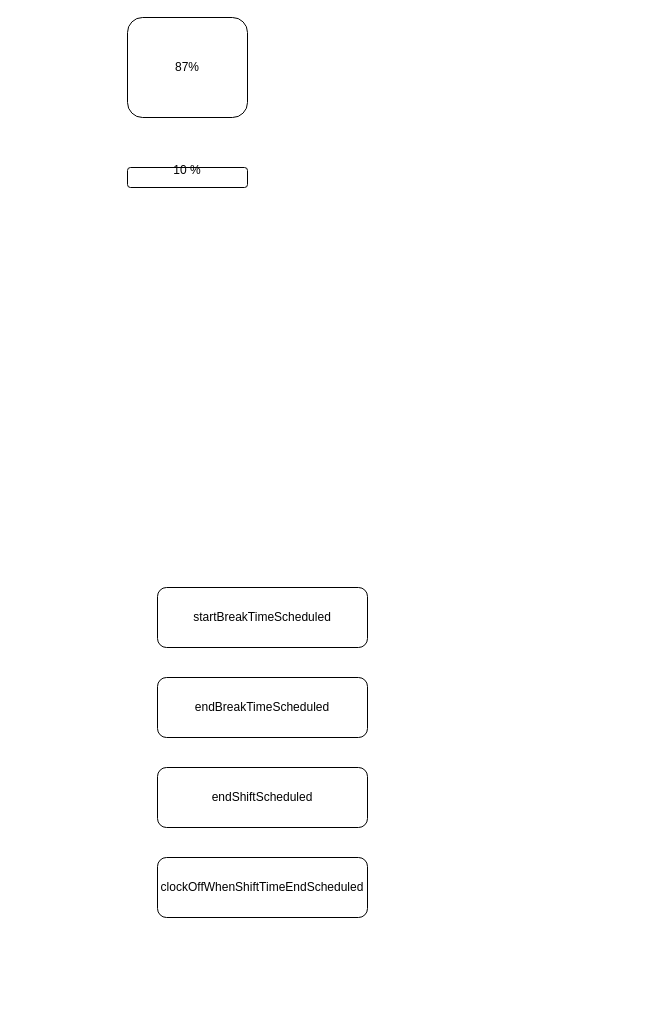
Before: page "Page-9" (9 of 9) of Workflow-Overview.drawio in tuankhoi2206/Draft-system-overview, a draw.io diagram. Source tidied: cells renumbered, new cells numbered last; positions are measured from the earlier drawing's top-left corner, leaving out a move shared by most shapes. Both pictures are drawn from the tidied source at 100%, with x=0, y=0 at pixel (127, 17).
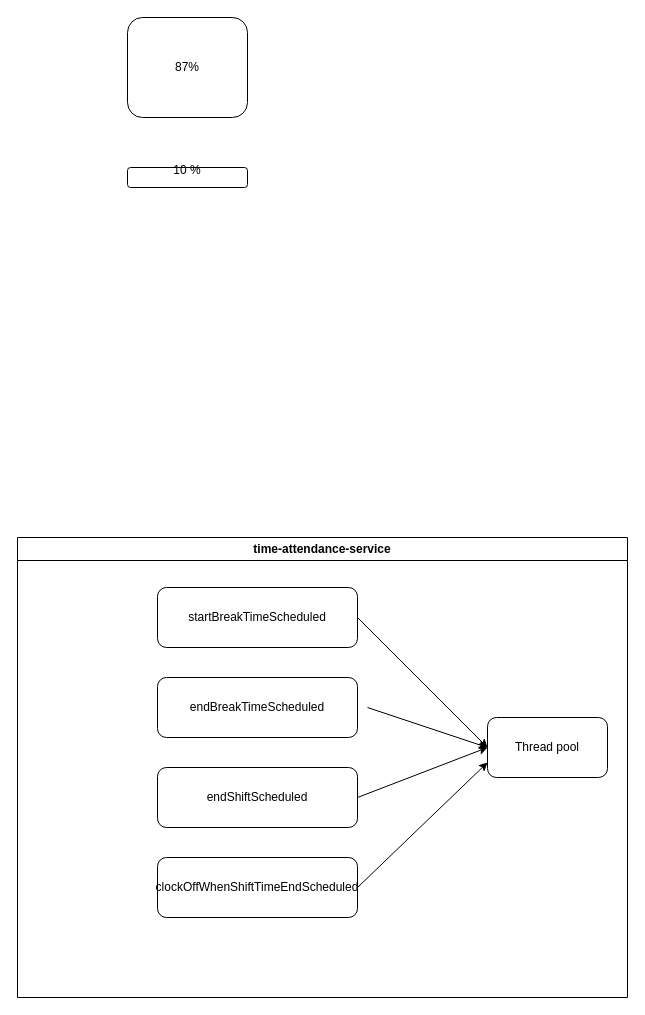
The same page after the edit.

What changed in the source:
```diff
@@
 <mxGraphModel>
   <root>
     <mxCell id="0" />
     <mxCell id="1" parent="0" />
     <mxCell id="2" value="10 %&lt;div&gt;&lt;br&gt;&lt;/div&gt;" style="rounded=1;whiteSpace=wrap;html=1;" parent="1" vertex="1">
       <mxGeometry y="150" width="120" height="20" as="geometry" />
     </mxCell>
     <mxCell id="3" value="87%" style="rounded=1;whiteSpace=wrap;html=1;" parent="1" vertex="1">
       <mxGeometry width="120" height="100" as="geometry" />
     </mxCell>
     <mxCell id="4" value="startBreakTimeScheduled" style="rounded=1;whiteSpace=wrap;html=1;" parent="1" vertex="1">
-      <mxGeometry x="30" y="570" width="210" height="60" as="geometry" />
+      <mxGeometry x="30" y="570" width="200" height="60" as="geometry" />
     </mxCell>
     <mxCell id="5" value="endShiftScheduled" style="rounded=1;whiteSpace=wrap;html=1;" parent="1" vertex="1">
-      <mxGeometry x="30" y="750" width="210" height="60" as="geometry" />
+      <mxGeometry x="30" y="750" width="200" height="60" as="geometry" />
     </mxCell>
     <mxCell id="6" value="endBreakTimeScheduled" style="rounded=1;whiteSpace=wrap;html=1;" parent="1" vertex="1">
-      <mxGeometry x="30" y="660" width="210" height="60" as="geometry" />
+      <mxGeometry x="30" y="660" width="200" height="60" as="geometry" />
     </mxCell>
     <mxCell id="7" value="clockOffWhenShiftTimeEndScheduled" style="rounded=1;whiteSpace=wrap;html=1;" parent="1" vertex="1">
-      <mxGeometry x="30" y="840" width="210" height="60" as="geometry" />
+      <mxGeometry x="30" y="840" width="200" height="60" as="geometry" />
     </mxCell>
+    <mxCell id="8" value="time-attendance-service" style="swimlane;whiteSpace=wrap;html=1;" parent="1" vertex="1">
+      <mxGeometry x="-110" y="520" width="610" height="460" as="geometry" />
+    </mxCell>
+    <mxCell id="9" value="Thread pool" style="rounded=1;whiteSpace=wrap;html=1;" parent="8" vertex="1">
+      <mxGeometry x="470" y="180" width="120" height="60" as="geometry" />
+    </mxCell>
+    <mxCell id="10" style="endArrow=classic;html=1;rounded=0;entryX=0;entryY=0.5;entryDx=0;entryDy=0;" parent="1" edge="1" target="9">
+      <mxGeometry relative="1" as="geometry">
+        <mxPoint x="230" y="600" as="sourcePoint" />
+      </mxGeometry>
+    </mxCell>
+    <mxCell id="11" style="endArrow=classic;html=1;rounded=0;entryX=0;entryY=0.5;entryDx=0;entryDy=0;" parent="1" edge="1" target="9">
+      <mxGeometry relative="1" as="geometry">
+        <mxPoint x="240" y="690" as="sourcePoint" />
+      </mxGeometry>
+    </mxCell>
+    <mxCell id="12" style="endArrow=classic;html=1;rounded=0;exitX=1;exitY=0.5;exitDx=0;exitDy=0;" parent="1" edge="1" source="5">
+      <mxGeometry relative="1" as="geometry">
+        <mxPoint x="360" y="730" as="targetPoint" />
+      </mxGeometry>
+    </mxCell>
+    <mxCell id="13" style="endArrow=classic;html=1;rounded=0;exitX=1;exitY=0.5;exitDx=0;exitDy=0;entryX=0;entryY=0.75;entryDx=0;entryDy=0;" parent="1" edge="1" source="7" target="9">
+      <mxGeometry relative="1" as="geometry" />
+    </mxCell>
   </root>
 </mxGraphModel>
```
